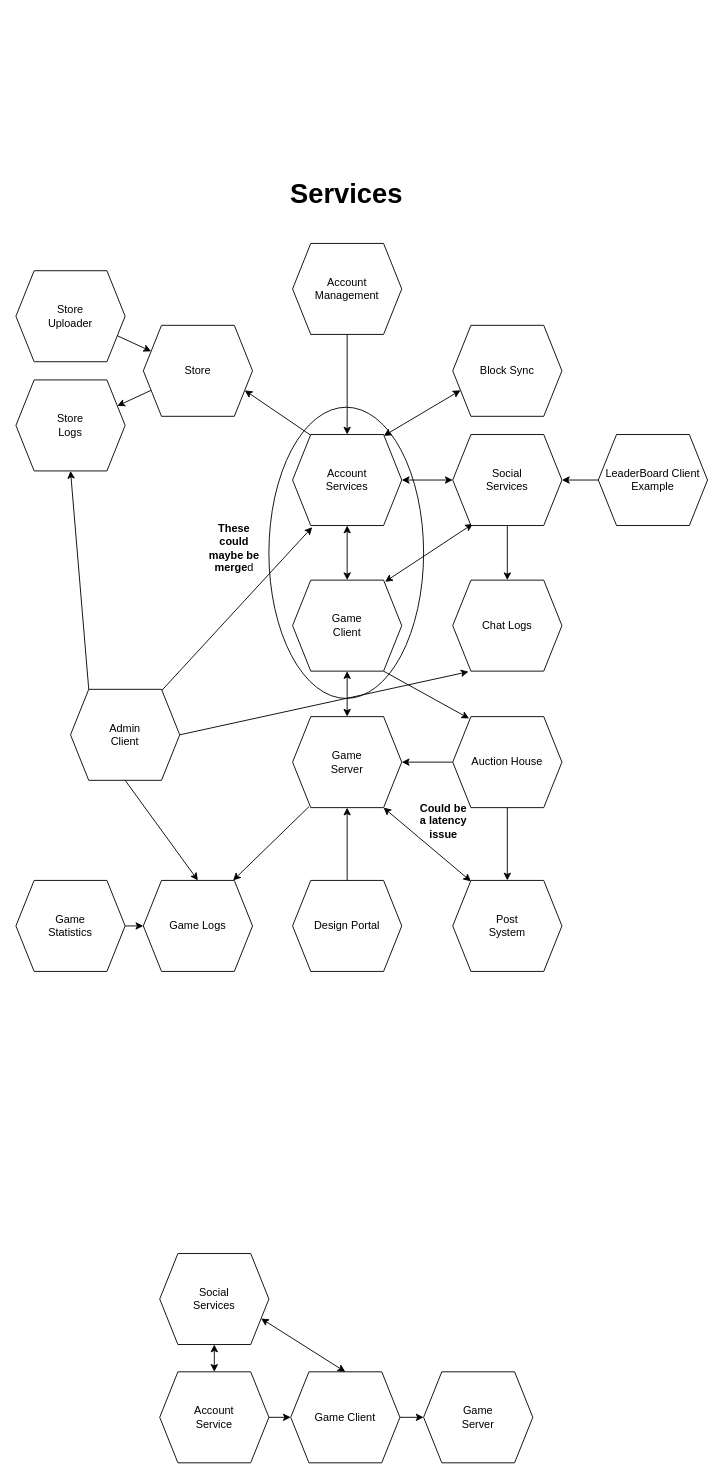
Before: Diagrams/Service_Overview.drawio in TimoSR/Project_R, a draw.io diagram. Source tidied: cells renumbered, new cells numbered last; positions are measured from the earlier drawing's top-left corner, leaving out a move shared by most shapes. Both pictures are drawn from the tidied source at 91%, with x=0, y=0 at pixel (15, 170).
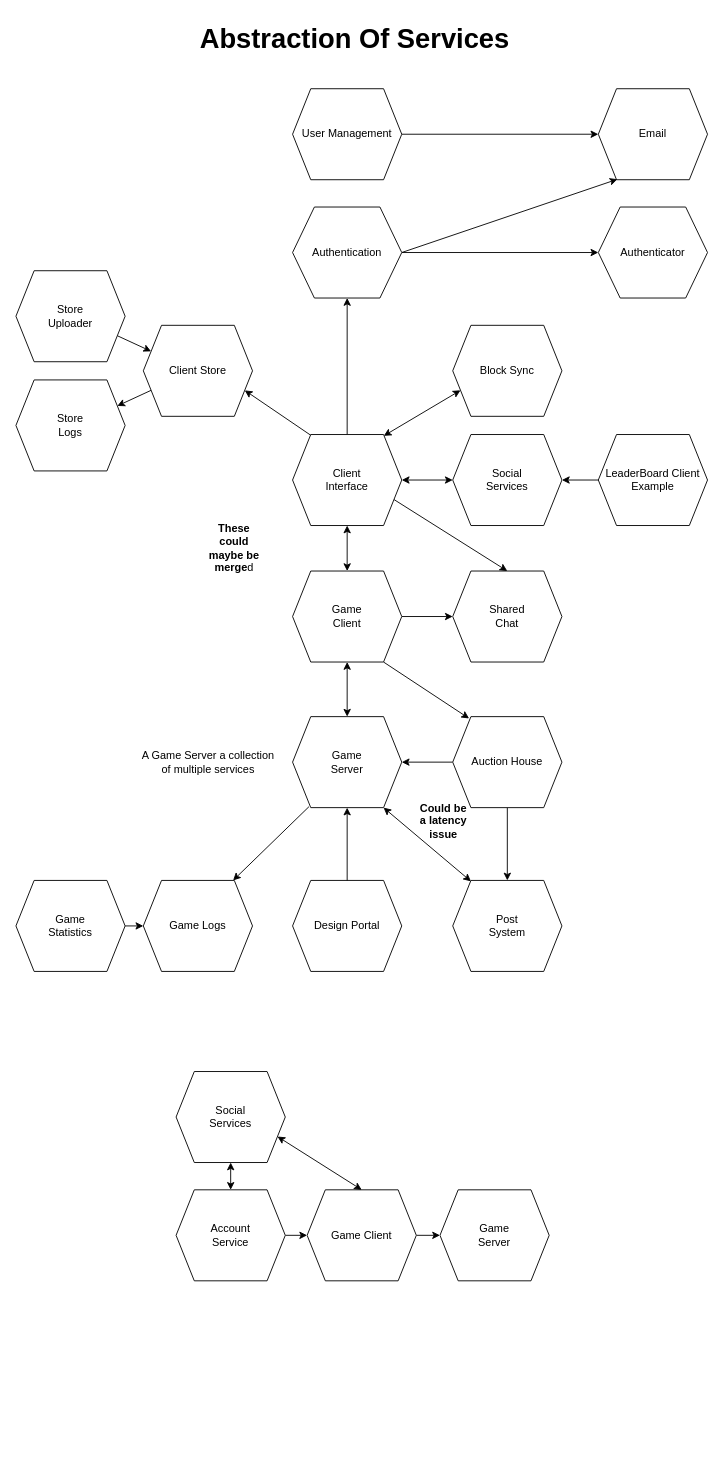
Above is the later version.

Unchanged cells that the change refers to:
```xml
<mxCell id="10" value="Social &lt;br&gt;Services" style="shape=hexagon;perimeter=hexagonPerimeter2;whiteSpace=wrap;html=1;fixedSize=1;" parent="1" vertex="1">
  <mxGeometry x="480" y="290" width="120" height="100" as="geometry" />
</mxCell>
<mxCell id="35" value="Game&amp;nbsp;Logs" style="shape=hexagon;perimeter=hexagonPerimeter2;whiteSpace=wrap;html=1;fixedSize=1;" parent="1" vertex="1">
  <mxGeometry x="140" y="780" width="120" height="100" as="geometry" />
</mxCell>
<mxCell id="49" value="Store&lt;br&gt;Logs" style="shape=hexagon;perimeter=hexagonPerimeter2;whiteSpace=wrap;html=1;fixedSize=1;" parent="1" vertex="1">
  <mxGeometry y="230" width="120" height="100" as="geometry" />
</mxCell>
```

Diff of the diagram source:
```diff
@@
-    <mxCell id="2" style="edgeStyle=orthogonalEdgeStyle;rounded=0;jettySize=auto;html=1;exitX=0.5;exitY=1;exitDx=0;exitDy=0;entryX=0.5;entryY=0;entryDx=0;entryDy=0;" parent="1" edge="1" source="3" target="23">
-      <mxGeometry relative="1" as="geometry" />
-    </mxCell>
+    <mxCell id="53" style="edgeStyle=orthogonalEdgeStyle;rounded=0;jettySize=auto;html=1;exitX=1;exitY=0.5;exitDx=0;exitDy=0;entryX=0;entryY=0.5;entryDx=0;entryDy=0;" parent="1" edge="1" source="3" target="57">
+      <mxGeometry relative="1" as="geometry" />
+    </mxCell>
-    <mxCell id="3" value="Account&lt;br&gt;Management" style="shape=hexagon;perimeter=hexagonPerimeter2;whiteSpace=wrap;html=1;fixedSize=1;" parent="1" vertex="1">
-      <mxGeometry x="304" y="80" width="120" height="100" as="geometry" />
+    <mxCell id="3" value="User Management" style="shape=hexagon;perimeter=hexagonPerimeter2;whiteSpace=wrap;html=1;fixedSize=1;" parent="1" vertex="1">
+      <mxGeometry x="304" y="-90" width="120" height="100" as="geometry" />
     </mxCell>
@@
-    <mxCell id="5" style="rounded=0;jettySize=auto;html=1;exitX=0.184;exitY=0.982;exitDx=0;exitDy=0;startArrow=classic;startFill=1;exitPerimeter=0;entryX=0.847;entryY=0.018;entryDx=0;entryDy=0;entryPerimeter=0;" parent="1" edge="1" source="10" target="16">
-      <mxGeometry relative="1" as="geometry" />
-    </mxCell>
@@
-    <mxCell id="9" style="edgeStyle=orthogonalEdgeStyle;rounded=0;jettySize=auto;html=1;exitX=0.5;exitY=1;exitDx=0;exitDy=0;entryX=0.5;entryY=0;entryDx=0;entryDy=0;" parent="1" edge="1" source="10" target="48">
-      <mxGeometry relative="1" as="geometry" />
-    </mxCell>
@@
-    <mxCell id="11" value="&lt;font style=&quot;font-size: 30px;&quot;&gt;&lt;b&gt;Services&lt;/b&gt;&lt;/font&gt;" style="text;html=1;align=center;verticalAlign=middle;strokeColor=none;fillColor=none;" parent="1" vertex="1">
-      <mxGeometry x="288" width="150" height="50" as="geometry" />
+    <mxCell id="11" value="&lt;font style=&quot;font-size: 30px;&quot;&gt;&lt;b&gt;Abstraction Of Services&lt;/b&gt;&lt;/font&gt;" style="text;html=1;align=center;verticalAlign=middle;strokeColor=none;fillColor=none;" parent="1" vertex="1">
+      <mxGeometry x="192" y="-170" width="360" height="50" as="geometry" />
     </mxCell>
@@
+    <mxCell id="54" style="edgeStyle=orthogonalEdgeStyle;rounded=0;jettySize=auto;html=1;exitX=1;exitY=0.5;exitDx=0;exitDy=0;entryX=0;entryY=0.5;entryDx=0;entryDy=0;" parent="1" edge="1" source="16" target="48">
+      <mxGeometry relative="1" as="geometry" />
+    </mxCell>
     <mxCell id="16" value="Game&lt;br&gt;Client" style="shape=hexagon;perimeter=hexagonPerimeter2;whiteSpace=wrap;html=1;fixedSize=1;" parent="1" vertex="1">
-      <mxGeometry x="304" y="450" width="120" height="100" as="geometry" />
+      <mxGeometry x="304" y="440" width="120" height="100" as="geometry" />
     </mxCell>
@@
+    <mxCell id="55" style="edgeStyle=orthogonalEdgeStyle;rounded=0;jettySize=auto;html=1;exitX=0.5;exitY=0;exitDx=0;exitDy=0;entryX=0.5;entryY=1;entryDx=0;entryDy=0;" parent="1" edge="1" source="23" target="60">
+      <mxGeometry relative="1" as="geometry" />
+    </mxCell>
+    <mxCell id="56" style="rounded=0;jettySize=auto;html=1;exitX=1;exitY=0.75;exitDx=0;exitDy=0;entryX=0.5;entryY=0;entryDx=0;entryDy=0;" parent="1" edge="1" source="23" target="48">
+      <mxGeometry relative="1" as="geometry" />
+    </mxCell>
-    <mxCell id="23" value="Account &lt;br&gt;Services" style="shape=hexagon;perimeter=hexagonPerimeter2;whiteSpace=wrap;html=1;fixedSize=1;" parent="1" vertex="1">
+    <mxCell id="23" value="Client&lt;br&gt;Interface" style="shape=hexagon;perimeter=hexagonPerimeter2;whiteSpace=wrap;html=1;fixedSize=1;" parent="1" vertex="1">
       <mxGeometry x="304" y="290" width="120" height="100" as="geometry" />
     </mxCell>
-    <mxCell id="24" style="rounded=0;jettySize=auto;html=1;exitX=1;exitY=0.5;exitDx=0;exitDy=0;entryX=0.145;entryY=1.006;entryDx=0;entryDy=0;entryPerimeter=0;" parent="1" edge="1" source="27" target="48">
-      <mxGeometry relative="1" as="geometry" />
-    </mxCell>
-    <mxCell id="25" style="rounded=0;jettySize=auto;html=1;exitX=0.836;exitY=0.012;exitDx=0;exitDy=0;entryX=0.18;entryY=1.018;entryDx=0;entryDy=0;entryPerimeter=0;exitPerimeter=0;" parent="1" edge="1" source="27" target="23">
-      <mxGeometry relative="1" as="geometry" />
-    </mxCell>
-    <mxCell id="26" style="rounded=0;jettySize=auto;html=1;exitX=0.167;exitY=0;exitDx=0;exitDy=0;entryX=0.5;entryY=1;entryDx=0;entryDy=0;exitPerimeter=0;" parent="1" edge="1" source="27" target="49">
-      <mxGeometry relative="1" as="geometry" />
-    </mxCell>
-    <mxCell id="27" value="Admin&lt;br&gt;Client" style="shape=hexagon;perimeter=hexagonPerimeter2;whiteSpace=wrap;html=1;fixedSize=1;" parent="1" vertex="1">
-      <mxGeometry x="60" y="570" width="120" height="100" as="geometry" />
-    </mxCell>
@@
-    <mxCell id="30" value="Store" style="shape=hexagon;perimeter=hexagonPerimeter2;whiteSpace=wrap;html=1;fixedSize=1;" parent="1" vertex="1">
+    <mxCell id="30" value="Client Store" style="shape=hexagon;perimeter=hexagonPerimeter2;whiteSpace=wrap;html=1;fixedSize=1;" parent="1" vertex="1">
       <mxGeometry x="140" y="170" width="120" height="100" as="geometry" />
     </mxCell>
@@
-    <mxCell id="36" style="rounded=0;jettySize=auto;html=1;exitX=0.5;exitY=1;exitDx=0;exitDy=0;entryX=0.5;entryY=0;entryDx=0;entryDy=0;" parent="1" edge="1" source="27" target="35">
-      <mxGeometry relative="1" as="geometry" />
-    </mxCell>
@@
     <mxCell id="38" value="Account&lt;br&gt;Service" style="shape=hexagon;perimeter=hexagonPerimeter2;whiteSpace=wrap;html=1;fixedSize=1;" parent="1" vertex="1">
-      <mxGeometry x="158" y="1320" width="120" height="100" as="geometry" />
+      <mxGeometry x="176" y="1120" width="120" height="100" as="geometry" />
     </mxCell>
@@
     <mxCell id="40" value="Game Client" style="shape=hexagon;perimeter=hexagonPerimeter2;whiteSpace=wrap;html=1;fixedSize=1;" parent="1" vertex="1">
-      <mxGeometry x="302" y="1320" width="120" height="100" as="geometry" />
+      <mxGeometry x="320" y="1120" width="120" height="100" as="geometry" />
     </mxCell>
     <mxCell id="41" value="Game&lt;br&gt;Server" style="shape=hexagon;perimeter=hexagonPerimeter2;whiteSpace=wrap;html=1;fixedSize=1;" parent="1" vertex="1">
-      <mxGeometry x="448" y="1320" width="120" height="100" as="geometry" />
+      <mxGeometry x="466" y="1120" width="120" height="100" as="geometry" />
     </mxCell>
@@
     <mxCell id="44" value="Social&lt;br&gt;Services" style="shape=hexagon;perimeter=hexagonPerimeter2;whiteSpace=wrap;html=1;fixedSize=1;" parent="1" vertex="1">
-      <mxGeometry x="158" y="1190" width="120" height="100" as="geometry" />
+      <mxGeometry x="176" y="990" width="120" height="100" as="geometry" />
     </mxCell>
@@
-    <mxCell id="48" value="Chat Logs" style="shape=hexagon;perimeter=hexagonPerimeter2;whiteSpace=wrap;html=1;fixedSize=1;" parent="1" vertex="1">
-      <mxGeometry x="480" y="450" width="120" height="100" as="geometry" />
+    <mxCell id="48" value="Shared&lt;br&gt;Chat" style="shape=hexagon;perimeter=hexagonPerimeter2;whiteSpace=wrap;html=1;fixedSize=1;" parent="1" vertex="1">
+      <mxGeometry x="480" y="440" width="120" height="100" as="geometry" />
     </mxCell>
@@
-    <mxCell id="50" style="ellipse;whiteSpace=wrap;html=1;fillColor=none;" parent="1" vertex="1">
-      <mxGeometry x="278" y="260" width="170" height="320" as="geometry" />
-    </mxCell>
@@
+    <mxCell id="57" value="Email" style="shape=hexagon;perimeter=hexagonPerimeter2;whiteSpace=wrap;html=1;fixedSize=1;" parent="1" vertex="1">
+      <mxGeometry x="640" y="-90" width="120" height="100" as="geometry" />
+    </mxCell>
+    <mxCell id="58" style="rounded=0;jettySize=auto;html=1;exitX=1;exitY=0.5;exitDx=0;exitDy=0;entryX=0.175;entryY=0.995;entryDx=0;entryDy=0;entryPerimeter=0;" parent="1" edge="1" source="60" target="57">
+      <mxGeometry relative="1" as="geometry" />
+    </mxCell>
+    <mxCell id="59" style="edgeStyle=orthogonalEdgeStyle;rounded=0;jettySize=auto;html=1;exitX=1;exitY=0.5;exitDx=0;exitDy=0;entryX=0;entryY=0.5;entryDx=0;entryDy=0;" parent="1" edge="1" source="60" target="61">
+      <mxGeometry relative="1" as="geometry" />
+    </mxCell>
+    <mxCell id="60" value="Authentication" style="shape=hexagon;perimeter=hexagonPerimeter2;whiteSpace=wrap;html=1;fixedSize=1;size=24;" parent="1" vertex="1">
+      <mxGeometry x="304" y="40" width="120" height="100" as="geometry" />
+    </mxCell>
+    <mxCell id="61" value="Authenticator" style="shape=hexagon;perimeter=hexagonPerimeter2;whiteSpace=wrap;html=1;fixedSize=1;size=24;" parent="1" vertex="1">
+      <mxGeometry x="640" y="40" width="120" height="100" as="geometry" />
+    </mxCell>
+    <mxCell id="62" value="A Game Server a collection &lt;br&gt;of&amp;nbsp;multiple services" style="text;html=1;align=center;verticalAlign=middle;strokeColor=none;fillColor=none;" parent="1" vertex="1">
+      <mxGeometry x="126" y="630" width="170" height="40" as="geometry" />
+    </mxCell>
```
